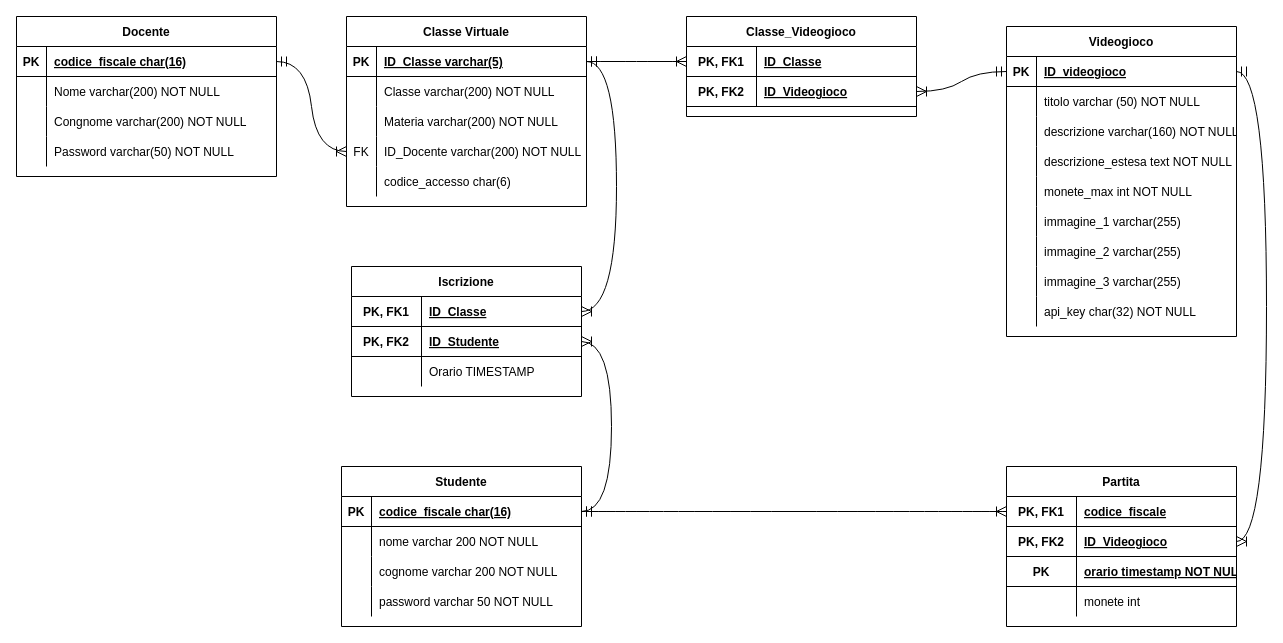
Smatjoy/Seconda-prova-Info-2023 keeps this draw.io diagram as Logico.drawio. Above is the earlier version. Source tidied: cells renumbered, new cells numbered last; positions are measured from the earlier drawing's top-left corner, leaving out a move shared by most shapes. Both pictures are drawn from the tidied source at 100%, with x=0, y=0 at pixel (16, 16).
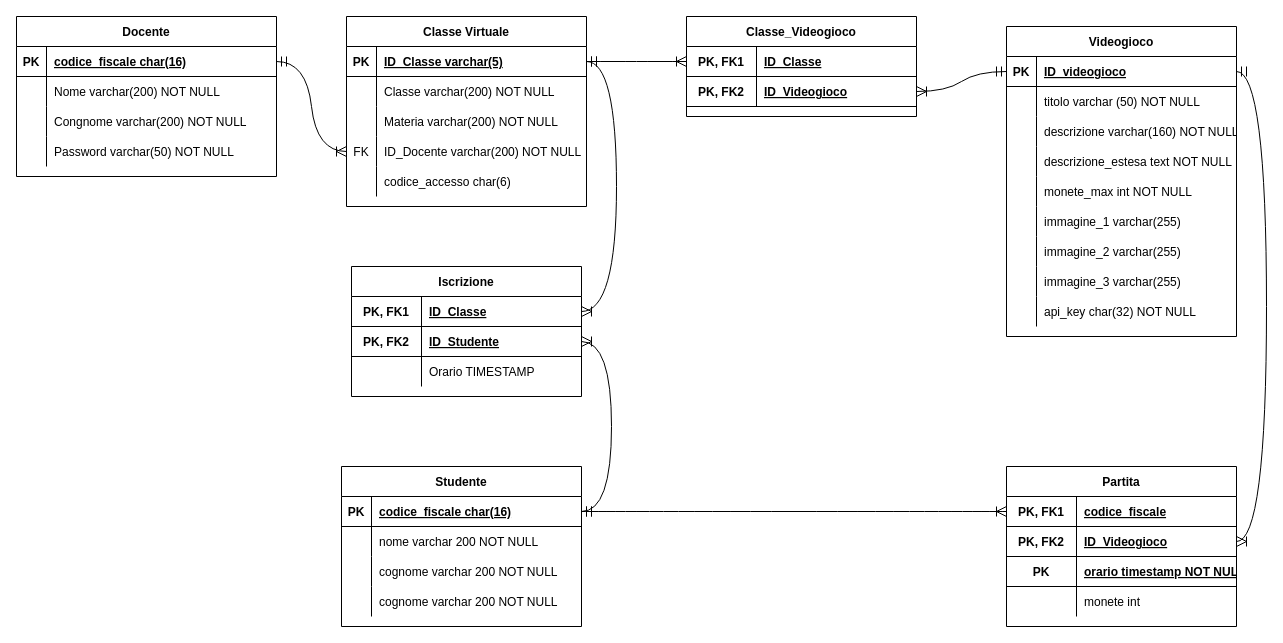
The same diagram, later.

The change refers to these unchanged cells:
```xml
<mxCell id="107" style="shape=partialRectangle;fillColor=none;top=0;left=0;right=0;bottom=0;" parent="97" vertex="1">
  <mxGeometry y="120" width="240" height="30" as="geometry" />
</mxCell>
```

The edit, as a diff of the source:
```diff
@@
-    <mxCell id="109" value="password varchar 50 NOT NULL" style="shape=partialRectangle;overflow=hidden;fillColor=none;top=0;left=0;bottom=0;right=0;align=left;spacingLeft=6;" parent="107" vertex="1">
+    <mxCell id="109" value="cognome varchar 200 NOT NULL" style="shape=partialRectangle;overflow=hidden;fillColor=none;top=0;left=0;bottom=0;right=0;align=left;spacingLeft=6;" parent="107" vertex="1">
       <mxGeometry x="30" width="210" height="30" as="geometry" />
     </mxCell>
```
